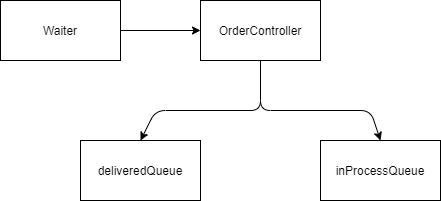
Above: images/WaiterChart.png in nsnyder1992/OrderProcessingSystem (draw.io), before the change. Source tidied: cells renumbered, new cells last; positions are measured from the earlier drawing's top-left corner, leaving out a move shared by most shapes.
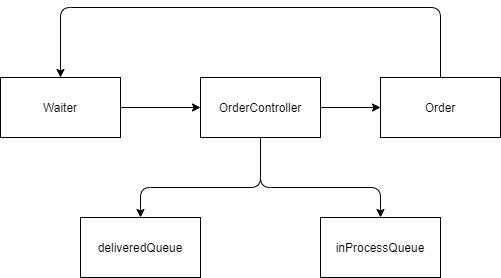
Above is the later version.

The edit, as a diff of the source:
```diff
@@ -5,33 +5,47 @@
     <mxCell id="2" value="Waiter" style="rounded=0;whiteSpace=wrap;html=1;" parent="1" vertex="1">
       <mxGeometry width="120" height="60" as="geometry" />
     </mxCell>
+    <mxCell id="5" style="edgeStyle=orthogonalEdgeStyle;rounded=0;jettySize=auto;html=1;" parent="1" edge="1" source="3" target="6">
+      <mxGeometry relative="1" as="geometry" />
+    </mxCell>
     <mxCell id="3" value="OrderController" style="rounded=0;whiteSpace=wrap;html=1;" parent="1" vertex="1">
       <mxGeometry x="200" width="120" height="60" as="geometry" />
     </mxCell>
     <mxCell id="4" style="endArrow=classic;html=1;exitX=1;exitY=0.5;exitDx=0;exitDy=0;entryX=0;entryY=0.5;entryDx=0;entryDy=0;" parent="1" edge="1" source="2" target="3">
       <mxGeometry relative="1" as="geometry" />
     </mxCell>
-    <mxCell id="5" style="endArrow=classic;html=1;exitX=0.5;exitY=1;exitDx=0;exitDy=0;entryX=0.5;entryY=0;entryDx=0;entryDy=0;" parent="1" edge="1" source="3" target="6">
-      <mxGeometry relative="1" as="geometry">
-        <Array as="points">
-          <mxPoint x="260" y="110" />
-          <mxPoint x="370" y="110" />
-        </Array>
-      </mxGeometry>
-    </mxCell>
-    <mxCell id="6" value="inProcessQueue" style="rounded=0;whiteSpace=wrap;html=1;" parent="1" vertex="1">
-      <mxGeometry x="320" y="140" width="120" height="60" as="geometry" />
+    <mxCell id="6" value="Order" style="rounded=0;whiteSpace=wrap;html=1;" parent="1" vertex="1">
+      <mxGeometry x="380" width="120" height="60" as="geometry" />
     </mxCell>
-    <mxCell id="7" value="&lt;span&gt;deliveredQueue&lt;/span&gt;" style="rounded=0;whiteSpace=wrap;html=1;" parent="1" vertex="1">
-      <mxGeometry x="80" y="140" width="120" height="60" as="geometry" />
+    <mxCell id="7" value="inProcessQueue" style="rounded=0;whiteSpace=wrap;html=1;" parent="1" vertex="1">
+      <mxGeometry x="320" y="140" width="120" height="60" as="geometry" />
     </mxCell>
     <mxCell id="8" style="endArrow=classic;html=1;exitX=0.5;exitY=1;exitDx=0;exitDy=0;entryX=0.5;entryY=0;entryDx=0;entryDy=0;" parent="1" edge="1" source="3" target="7">
       <mxGeometry relative="1" as="geometry">
         <Array as="points">
           <mxPoint x="260" y="110" />
-          <mxPoint x="155" y="110" />
+          <mxPoint x="380" y="110" />
         </Array>
       </mxGeometry>
     </mxCell>
+    <mxCell id="9" style="endArrow=classic;html=1;exitX=0.5;exitY=0;exitDx=0;exitDy=0;entryX=0.5;entryY=0;entryDx=0;entryDy=0;" parent="1" edge="1" source="6" target="2">
+      <mxGeometry relative="1" as="geometry">
+        <Array as="points">
+          <mxPoint x="440" y="-70" />
+          <mxPoint x="60" y="-70" />
+        </Array>
+      </mxGeometry>
+    </mxCell>
+    <mxCell id="10" value="deliveredQueue" style="rounded=0;whiteSpace=wrap;html=1;" parent="1" vertex="1">
+      <mxGeometry x="80" y="140" width="120" height="60" as="geometry" />
+    </mxCell>
+    <mxCell id="11" style="endArrow=classic;html=1;exitX=0.5;exitY=1;exitDx=0;exitDy=0;entryX=0.5;entryY=0;entryDx=0;entryDy=0;" parent="1" edge="1" source="3" target="10">
+      <mxGeometry relative="1" as="geometry">
+        <Array as="points">
+          <mxPoint x="260" y="110" />
+          <mxPoint x="140" y="110" />
+        </Array>
+      </mxGeometry>
+    </mxCell>
   </root>
 </mxGraphModel>
```
